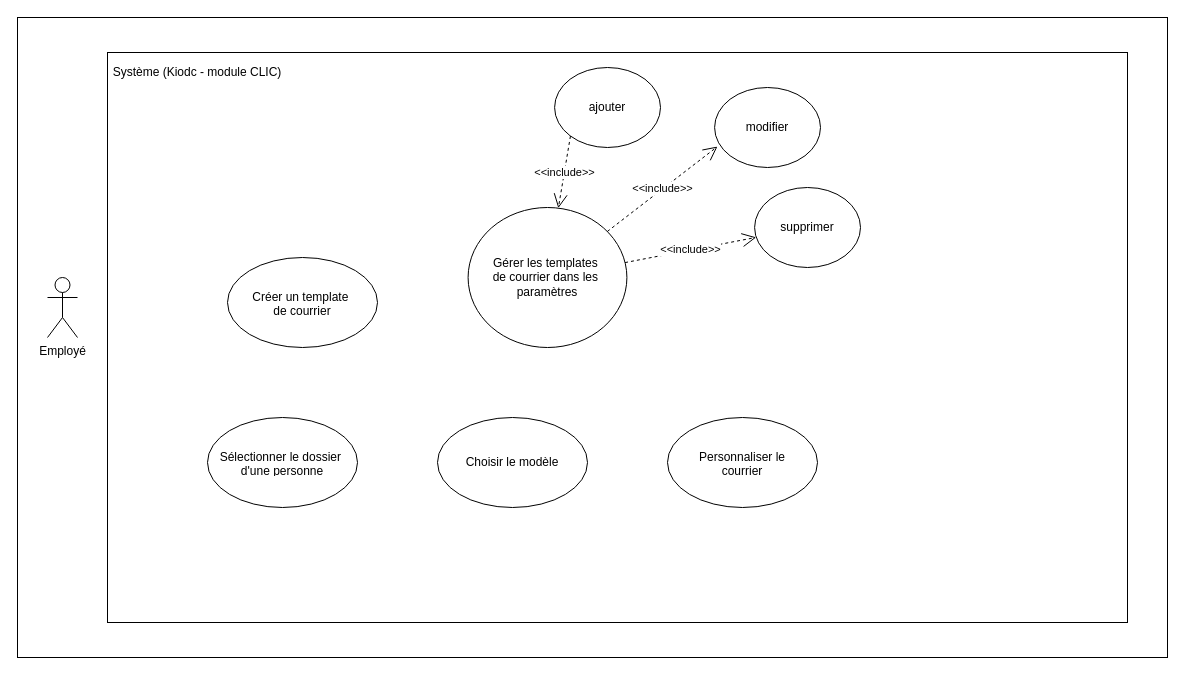
Earlier version of the draw.io diagram Diagramme sans nom.drawio (Paulilinaire/UML). Source tidied: cells renumbered, new cells numbered last; positions are measured from the earlier drawing's top-left corner, leaving out a move shared by most shapes. Both pictures are drawn from the tidied source at 100%, with x=0, y=0 at pixel (17, 17).
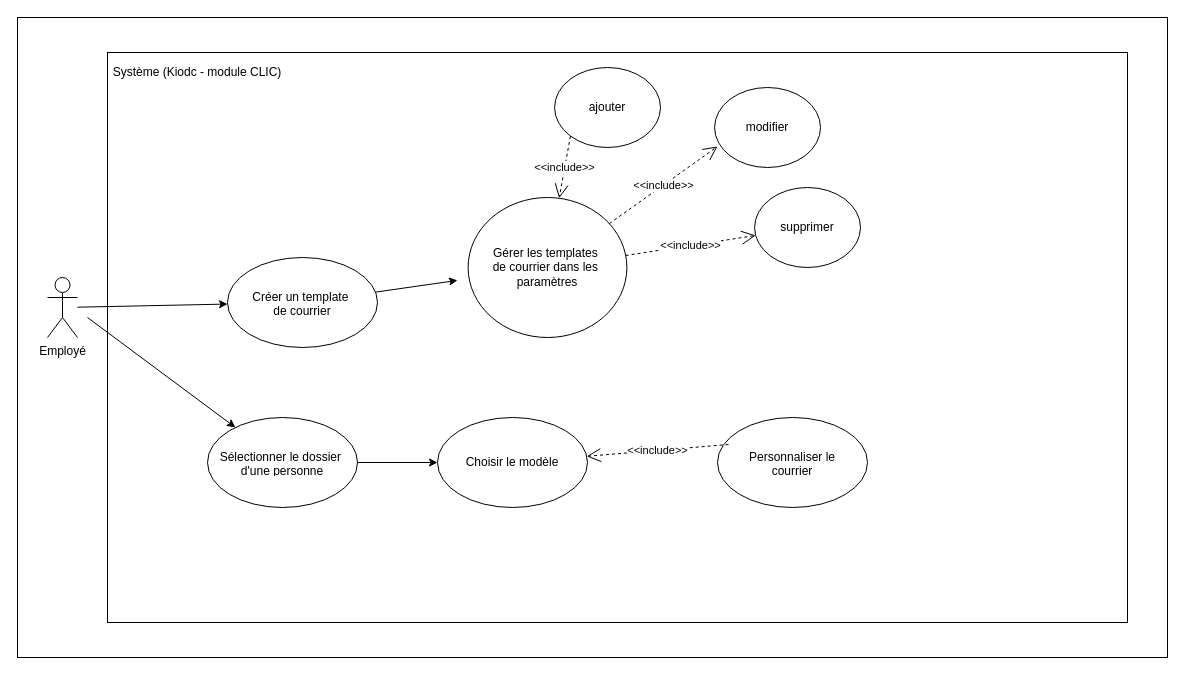
Above is the later version.

Commit message:
Mettre à jour useCasedrawio

Unchanged cells that the change refers to:
```xml
<mxCell id="3" value="Employé" style="shape=umlActor;verticalLabelPosition=bottom;verticalAlign=top;html=1;outlineConnect=0;" parent="1" vertex="1">
  <mxGeometry x="30" y="260" width="30" height="60" as="geometry" />
</mxCell>
<mxCell id="7" style="ellipse;whiteSpace=wrap;html=1;" parent="6" vertex="1">
  <mxGeometry x="10" width="150" height="90" as="geometry" />
</mxCell>
<mxCell id="13" style="ellipse;whiteSpace=wrap;html=1;" parent="12" vertex="1">
  <mxGeometry x="10" width="150" height="90" as="geometry" />
</mxCell>
<mxCell id="26" value=" Gérer les templates&amp;nbsp;&lt;div&gt;de courrier dans les&amp;nbsp;&lt;/div&gt;&lt;div&gt;paramètres&lt;/div&gt;" style="text;strokeColor=none;fillColor=none;align=center;verticalAlign=middle;spacingLeft=4;spacingRight=4;overflow=hidden;points=[[0,0.5],[1,0.5]];portConstraint=eastwest;whiteSpace=wrap;html=1;" parent="24" vertex="1">
  <mxGeometry y="46.7" width="180" height="46.7" as="geometry" />
</mxCell>
<mxCell id="31" style="ellipse;whiteSpace=wrap;html=1;" parent="30" vertex="1">
  <mxGeometry x="10" width="150" height="90" as="geometry" />
</mxCell>
<mxCell id="35" value=" Personnaliser le&lt;div&gt;courrier&lt;/div&gt;" style="text;strokeColor=none;fillColor=none;align=center;verticalAlign=middle;spacingLeft=4;spacingRight=4;overflow=hidden;points=[[0,0.5],[1,0.5]];portConstraint=eastwest;whiteSpace=wrap;html=1;" parent="33" vertex="1">
  <mxGeometry y="30" width="170" height="30" as="geometry" />
</mxCell>
```

Change to the diagram source:
```diff
@@
     <mxCell id="21" style="group;" parent="1" vertex="1">
-      <mxGeometry x="490" y="230" width="130" height="100" as="geometry" />
+      <mxGeometry x="490" y="220" width="130" height="100" as="geometry" />
     </mxCell>
@@
     <mxCell id="33" style="group;" parent="1" vertex="1">
-      <mxGeometry x="640" y="400" width="170" height="90" as="geometry" />
+      <mxGeometry x="690" y="400" width="170" height="90" as="geometry" />
     </mxCell>
@@
+    <mxCell id="36" style="endArrow=classic;html=1;rounded=0;" parent="1" edge="1" source="13" target="26">
+      <mxGeometry relative="1" as="geometry" />
+    </mxCell>
+    <mxCell id="37" style="endArrow=classic;html=1;rounded=0;" parent="1" edge="1" source="3" target="13">
+      <mxGeometry relative="1" as="geometry" />
+    </mxCell>
+    <mxCell id="38" style="endArrow=classic;html=1;rounded=0;" parent="1" edge="1" target="31">
+      <mxGeometry relative="1" as="geometry">
+        <mxPoint x="70" y="300" as="sourcePoint" />
+      </mxGeometry>
+    </mxCell>
+    <mxCell id="39" style="endArrow=classic;html=1;rounded=0;" parent="1" edge="1" source="31" target="7">
+      <mxGeometry relative="1" as="geometry" />
+    </mxCell>
+    <mxCell id="40" value="&amp;lt;&amp;lt;include&amp;gt;&amp;gt;" style="endArrow=open;endSize=12;dashed=1;html=1;rounded=0;exitX=0.124;exitY=-0.1;exitDx=0;exitDy=0;exitPerimeter=0;" parent="1" edge="1" source="35" target="7">
+      <mxGeometry relative="1" as="geometry" />
+    </mxCell>
```
